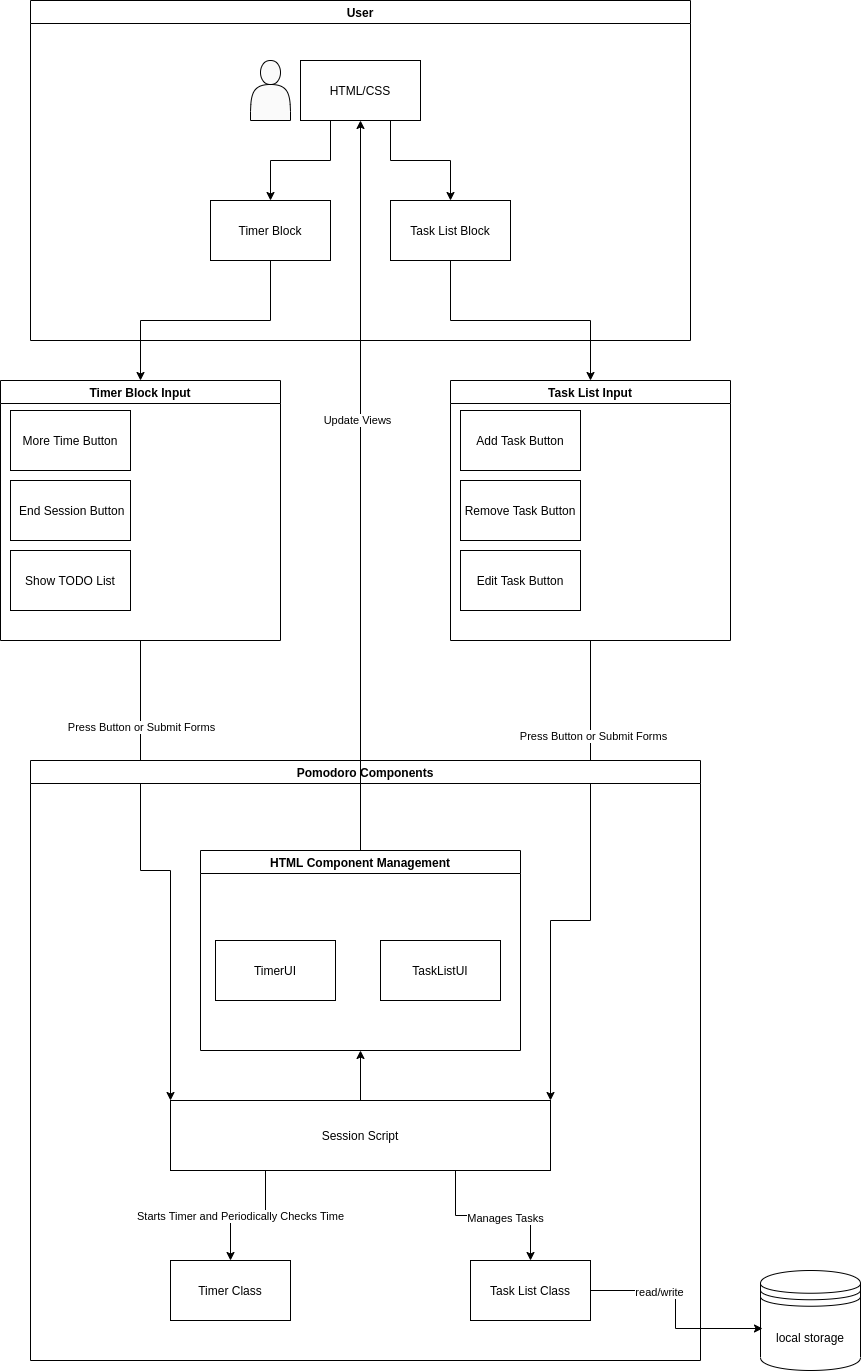
This is admin/pitch/systemdiagram.drawio.png from CSE-110-Group-29/Electric-Pomato, a draw.io export, as it was before one commit. Source tidied: cells renumbered, new cells last; positions are measured from the earlier drawing's top-left corner, leaving out a move shared by most shapes.
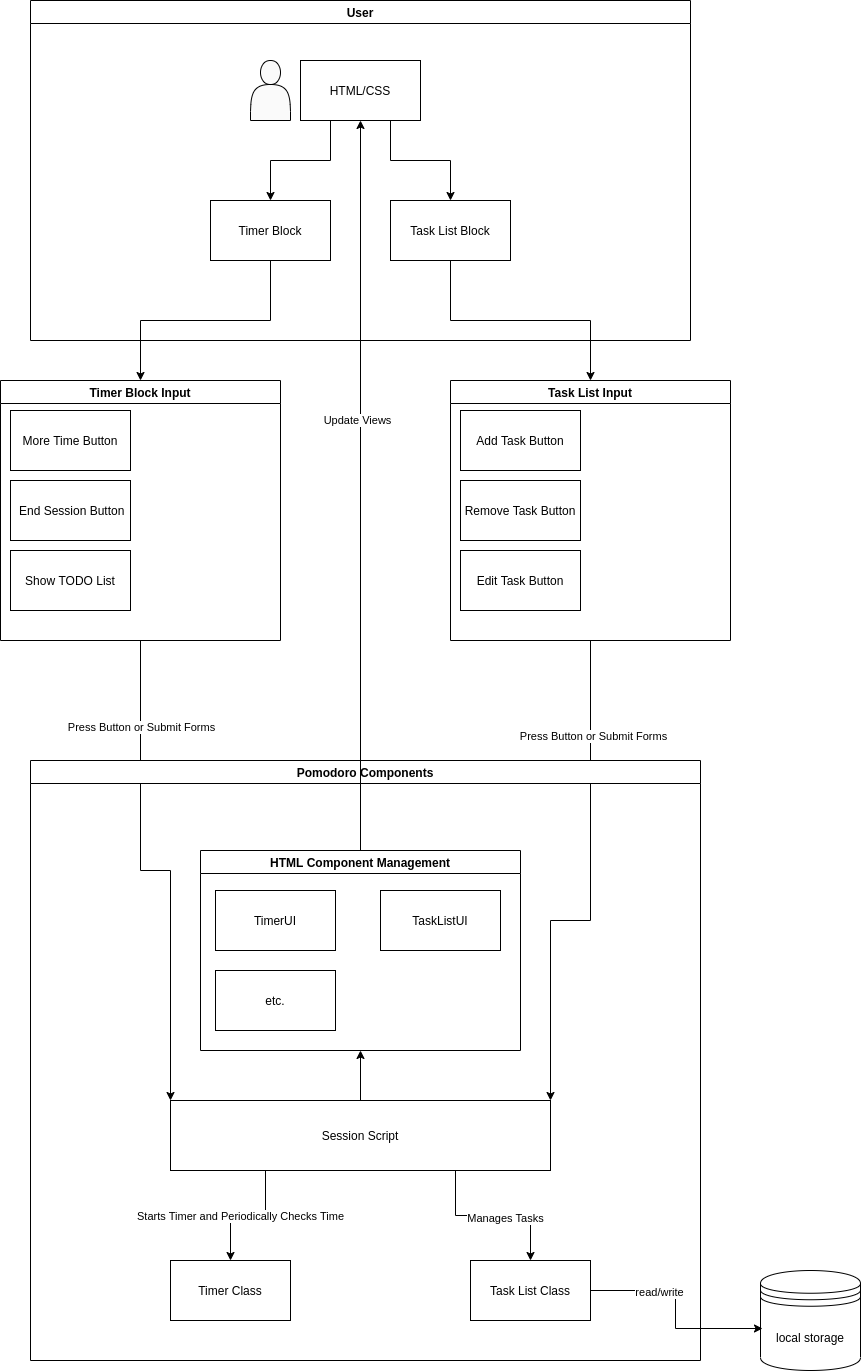
Later version of the same file.

The edit, as a diff of the source:
```diff
@@ -98,11 +98,14 @@
       <mxGeometry x="170" y="90" width="320" height="200" as="geometry" />
     </mxCell>
     <mxCell id="32" value="TimerUI" style="rounded=0;whiteSpace=wrap;html=1;" parent="31" vertex="1">
-      <mxGeometry x="15" y="90" width="120" height="60" as="geometry" />
+      <mxGeometry x="15" y="40" width="120" height="60" as="geometry" />
     </mxCell>
     <mxCell id="33" value="TaskListUI" style="rounded=0;whiteSpace=wrap;html=1;" parent="31" vertex="1">
-      <mxGeometry x="180" y="90" width="120" height="60" as="geometry" />
+      <mxGeometry x="180" y="40" width="120" height="60" as="geometry" />
     </mxCell>
+    <mxCell id="40" value="etc." style="rounded=0;whiteSpace=wrap;html=1;" parent="31" vertex="1">
+      <mxGeometry x="15" y="120" width="120" height="60" as="geometry" />
+    </mxCell>
     <mxCell id="34" style="edgeStyle=orthogonalEdgeStyle;rounded=0;jettySize=auto;html=1;exitX=0.5;exitY=0;exitDx=0;exitDy=0;entryX=0.5;entryY=1;entryDx=0;entryDy=0;" parent="23" edge="1" source="28" target="31">
       <mxGeometry relative="1" as="geometry" />
     </mxCell>
```
